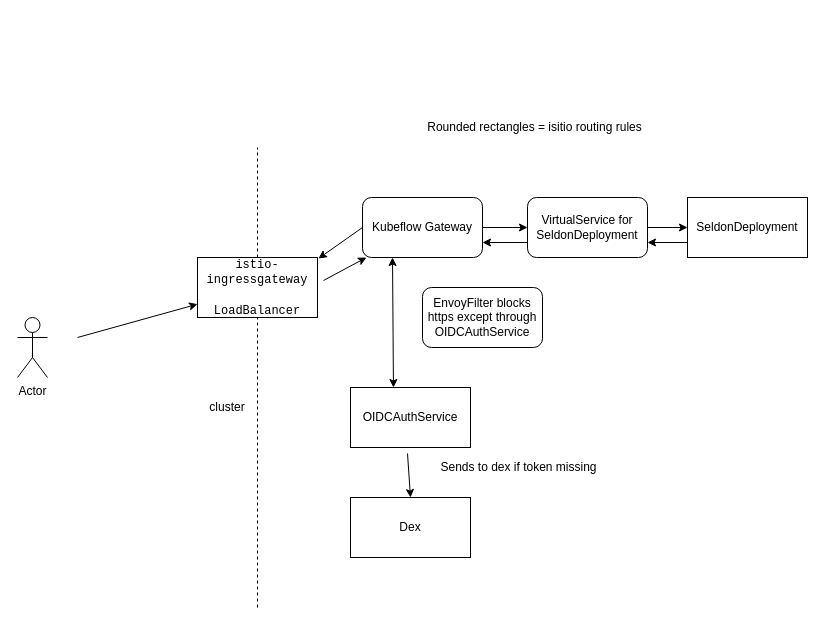
Above: istio-auth-kfexisting.drawio in ryandawsonuk/diagrams (draw.io), before the change. Source tidied: cells renumbered, new cells numbered last; positions are measured from the earlier drawing's top-left corner, leaving out a move shared by most shapes. Both pictures are drawn from the tidied source at 100%, with x=0, y=0 at pixel (17, 117).
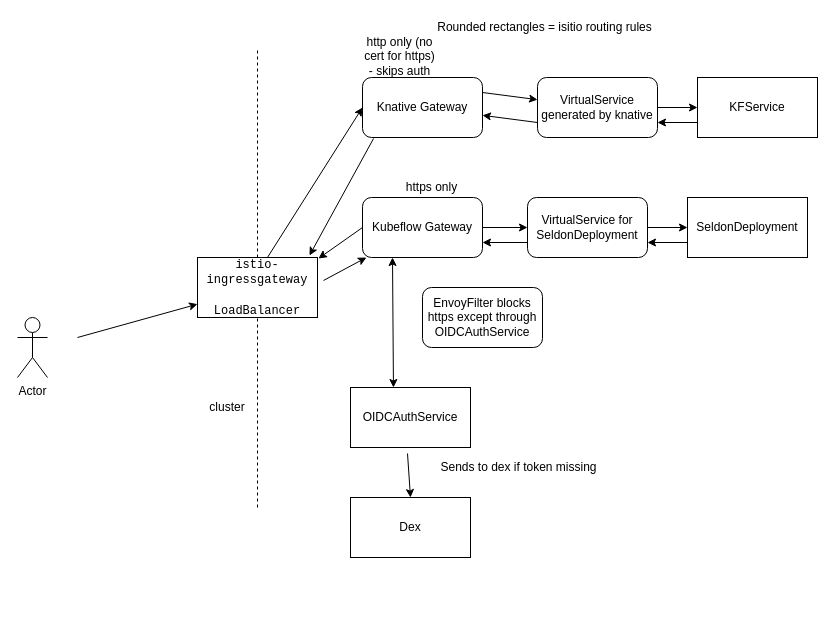
Above is the later version.

The change refers to these unchanged cells:
```xml
<mxCell id="4" value="&lt;span style=&quot;font-family: monospace&quot;&gt;&lt;span style=&quot;background-color: rgb(255 , 255 , 255)&quot;&gt;istio-ingressgateway&lt;br&gt;&lt;/span&gt;&lt;br&gt;LoadBalancer&lt;br&gt;&lt;/span&gt;" style="rounded=0;whiteSpace=wrap;html=1;" parent="1" vertex="1">
  <mxGeometry x="180" y="140" width="120" height="60" as="geometry" />
</mxCell>
```

Diff of the diagram source:
```diff
@@
     <mxCell id="5" style="endArrow=none;dashed=1;html=1;" parent="1" edge="1" target="4">
       <mxGeometry relative="1" as="geometry">
-        <mxPoint x="240" y="490" as="sourcePoint" />
+        <mxPoint x="240" y="390" as="sourcePoint" />
       </mxGeometry>
     </mxCell>
     <mxCell id="6" style="endArrow=none;dashed=1;html=1;exitX=0.5;exitY=0;exitDx=0;exitDy=0;" parent="1" edge="1" source="4">
       <mxGeometry relative="1" as="geometry">
-        <mxPoint x="240" y="30" as="targetPoint" />
+        <mxPoint x="240" y="-70" as="targetPoint" />
       </mxGeometry>
     </mxCell>
@@
     <mxCell id="18" value="Rounded rectangles = isitio routing rules" style="text;html=1;strokeColor=none;fillColor=none;align=center;verticalAlign=middle;whiteSpace=wrap;rounded=0;" parent="1" vertex="1">
-      <mxGeometry x="345" width="345" height="20" as="geometry" />
+      <mxGeometry x="355" y="-100" width="345" height="20" as="geometry" />
     </mxCell>
@@
+    <mxCell id="24" value="Knative Gateway" style="rounded=1;whiteSpace=wrap;html=1;" parent="1" vertex="1">
+      <mxGeometry x="345" y="-40" width="120" height="60" as="geometry" />
+    </mxCell>
+    <mxCell id="25" style="endArrow=classic;html=1;exitX=0.583;exitY=0;exitDx=0;exitDy=0;exitPerimeter=0;entryX=0;entryY=0.5;entryDx=0;entryDy=0;" parent="1" edge="1" source="4" target="24">
+      <mxGeometry relative="1" as="geometry" />
+    </mxCell>
+    <mxCell id="26" style="endArrow=classic;html=1;exitX=0.092;exitY=1.017;exitDx=0;exitDy=0;exitPerimeter=0;entryX=0.933;entryY=-0.033;entryDx=0;entryDy=0;entryPerimeter=0;" parent="1" edge="1" source="24" target="4">
+      <mxGeometry relative="1" as="geometry" />
+    </mxCell>
+    <mxCell id="27" value="VirtualService generated by knative" style="rounded=1;whiteSpace=wrap;html=1;" parent="1" vertex="1">
+      <mxGeometry x="520" y="-40" width="120" height="60" as="geometry" />
+    </mxCell>
+    <mxCell id="28" value="KFService" style="rounded=0;whiteSpace=wrap;html=1;" parent="1" vertex="1">
+      <mxGeometry x="680" y="-40" width="120" height="60" as="geometry" />
+    </mxCell>
+    <mxCell id="29" style="endArrow=classic;html=1;exitX=1;exitY=0.5;exitDx=0;exitDy=0;" parent="1" edge="1" source="27" target="28">
+      <mxGeometry relative="1" as="geometry" />
+    </mxCell>
+    <mxCell id="30" style="endArrow=classic;html=1;exitX=0;exitY=0.75;exitDx=0;exitDy=0;entryX=1;entryY=0.75;entryDx=0;entryDy=0;" parent="1" edge="1" source="28" target="27">
+      <mxGeometry relative="1" as="geometry" />
+    </mxCell>
+    <mxCell id="31" style="endArrow=classic;html=1;exitX=1;exitY=0.25;exitDx=0;exitDy=0;" parent="1" edge="1" source="24" target="27">
+      <mxGeometry relative="1" as="geometry" />
+    </mxCell>
+    <mxCell id="32" style="endArrow=classic;html=1;exitX=0;exitY=0.75;exitDx=0;exitDy=0;" parent="1" edge="1" source="27" target="24">
+      <mxGeometry relative="1" as="geometry" />
+    </mxCell>
+    <mxCell id="33" value="https only" style="text;html=1;strokeColor=none;fillColor=none;align=center;verticalAlign=middle;whiteSpace=wrap;rounded=0;" parent="1" vertex="1">
+      <mxGeometry x="376" y="60" width="77" height="20" as="geometry" />
+    </mxCell>
+    <mxCell id="34" value="http only (no cert for https) - skips auth" style="text;html=1;strokeColor=none;fillColor=none;align=center;verticalAlign=middle;whiteSpace=wrap;rounded=0;" parent="1" vertex="1">
+      <mxGeometry x="344" y="-71" width="77" height="20" as="geometry" />
+    </mxCell>
```
